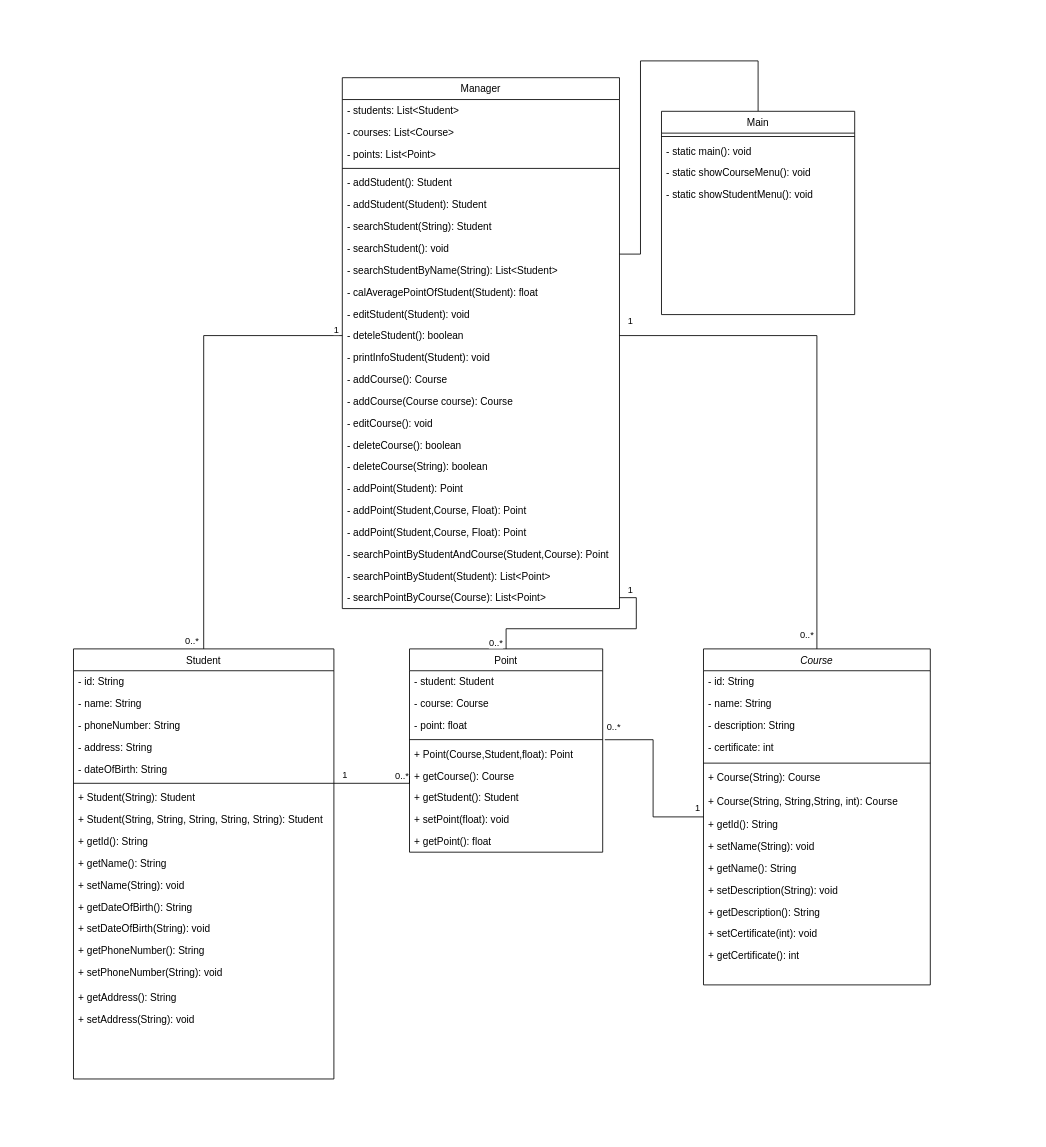
The draw.io diagram Untitled Diagram.drawio in NguyenMinh1912/classdiagram, before the edit. Source tidied: cells renumbered, new cells numbered last; positions are measured from the earlier drawing's top-left corner, leaving out a move shared by most shapes. Both pictures are drawn from the tidied source at 84%, with x=0, y=0 at pixel (73, 60).
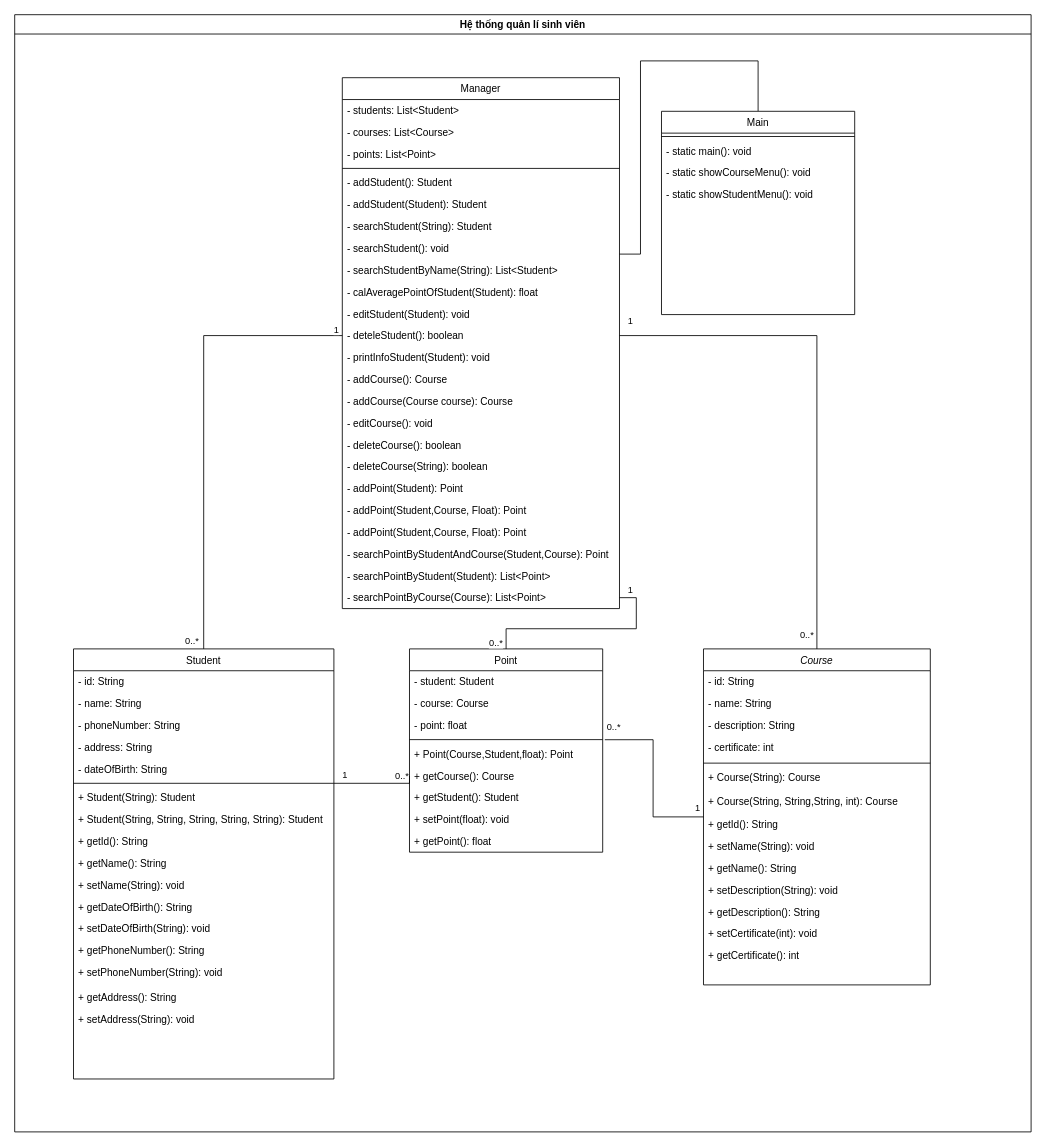
After the change.

Change to the diagram source:
```diff
@@
+    <mxCell id="91" value="Hệ thống quản lí sinh viên" style="swimlane;" parent="1" vertex="1">
+      <mxGeometry x="-70" y="-55" width="1210" height="1330" as="geometry" />
+    </mxCell>
```
